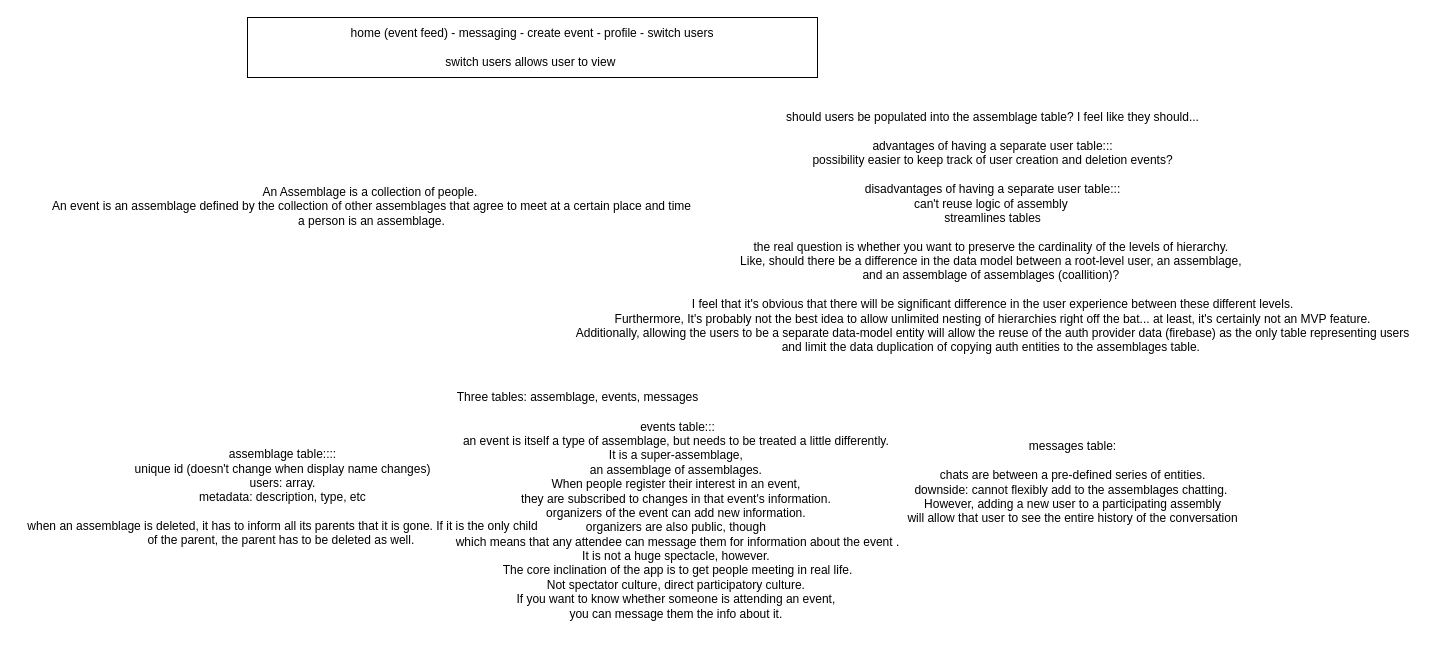
The draw.io diagram sketching.drawio in danefilipczak/bosk_documents, before the edit. Source tidied: cells renumbered, new cells numbered last; positions are measured from the earlier drawing's top-left corner, leaving out a move shared by most shapes. Both pictures are drawn from the tidied source at 100%, with x=0, y=0 at pixel (17, 17).
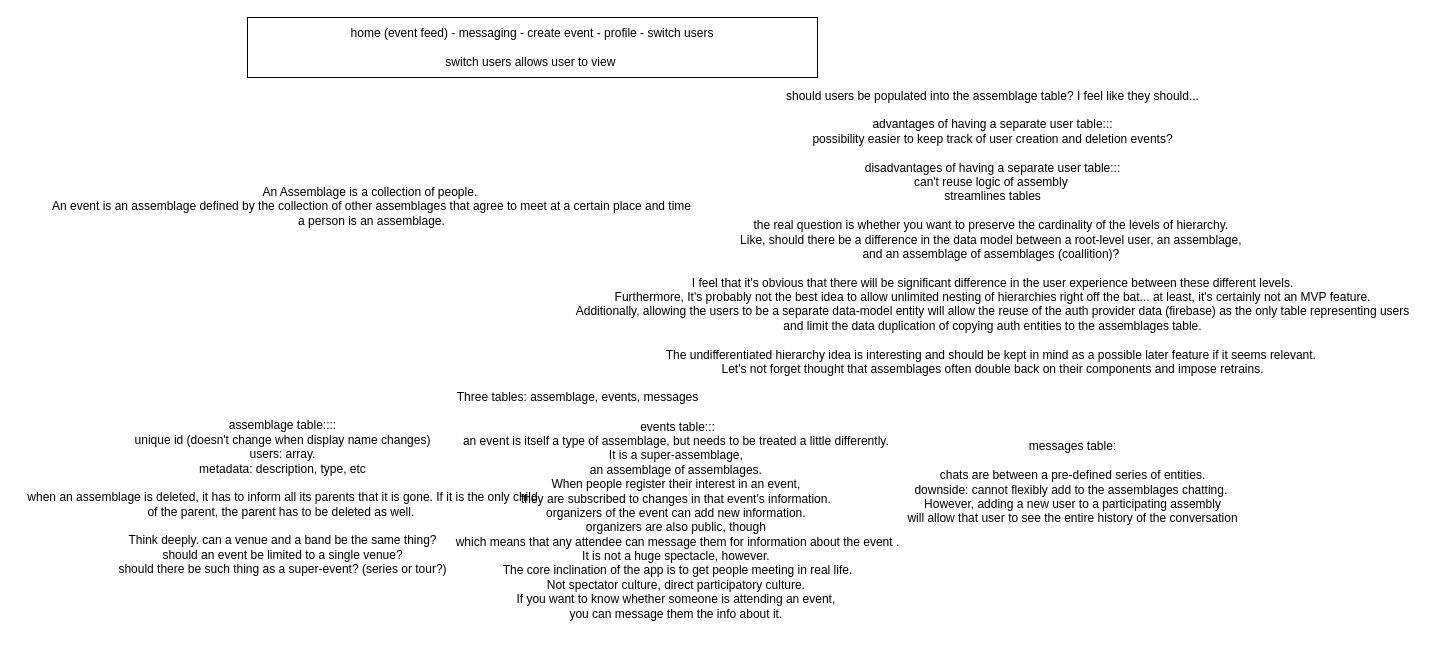
After the change.

Diff of the diagram source:
```diff
@@
 <mxGraphModel>
   <root>
     <mxCell id="0" />
     <mxCell id="1" parent="0" />
     <mxCell id="2" value="home (event feed) - messaging - create event - profile - switch users&lt;br&gt;&lt;br&gt;switch users allows user to view&amp;nbsp;" style="rounded=0;whiteSpace=wrap;html=1;" parent="1" vertex="1">
       <mxGeometry x="230" width="570" height="60" as="geometry" />
     </mxCell>
     <mxCell id="3" value="An Assemblage is a collection of people.&amp;nbsp;&lt;br&gt;An event is an assemblage defined by the collection of other assemblages that agree to meet at a certain place and time&lt;br&gt;a person is an assemblage." style="text;html=1;align=center;verticalAlign=middle;" parent="1" vertex="1">
       <mxGeometry x="29" y="164" width="650" height="50" as="geometry" />
     </mxCell>
-    <mxCell id="4" value="assemblage table::::&lt;br&gt;unique id (doesn't change when display name changes)&lt;br&gt;users: array.&lt;br&gt;metadata: description, type, etc&lt;br&gt;&lt;br&gt;when an assemblage is deleted, it has to inform all its parents that it is gone. If it is the only child&lt;br&gt;of the parent, the parent has to be deleted as well.&amp;nbsp;" style="text;html=1;align=center;verticalAlign=middle;" parent="1" vertex="1">
-      <mxGeometry y="430" width="530" height="100" as="geometry" />
+    <mxCell id="4" value="assemblage table::::&lt;br&gt;unique id (doesn't change when display name changes)&lt;br&gt;users: array.&lt;br&gt;metadata: description, type, etc&lt;br&gt;&lt;br&gt;when an assemblage is deleted, it has to inform all its parents that it is gone. If it is the only child&lt;br&gt;of the parent, the parent has to be deleted as well.&amp;nbsp;&lt;br&gt;&lt;br&gt;Think deeply. can a venue and a band be the same thing?&lt;br&gt;should an event be limited to a single venue?&lt;br&gt;should there be such thing as a super-event? (series or tour?)" style="text;html=1;align=center;verticalAlign=middle;" parent="1" vertex="1">
+      <mxGeometry y="400" width="530" height="160" as="geometry" />
     </mxCell>
     <mxCell id="5" value="events table:::&lt;br&gt;an event is itself a type of assemblage, but needs to be treated a little differently.&amp;nbsp;&lt;br&gt;It is a super-assemblage,&amp;nbsp;&lt;br&gt;an assemblage of assemblages.&amp;nbsp;&lt;br&gt;When people register their interest in an event,&amp;nbsp;&lt;br&gt;they are subscribed to changes in that event's information.&amp;nbsp;&lt;br&gt;organizers of the event can add new information.&amp;nbsp;&lt;br&gt;organizers are also public, though&amp;nbsp;&lt;br&gt;which means that any attendee can message them for information about the event .&lt;br&gt;It is not a huge spectacle, however.&amp;nbsp;&lt;br&gt;The core inclination of the app is to get people meeting in real life.&lt;br&gt;Not spectator culture, direct participatory culture.&amp;nbsp;&lt;br&gt;If you want to know whether someone is attending an event,&amp;nbsp;&lt;br&gt;you can message them the info about it.&amp;nbsp;&lt;br&gt;&lt;br&gt;" style="text;html=1;align=center;verticalAlign=middle;" parent="1" vertex="1">
       <mxGeometry x="430" y="400" width="460" height="220" as="geometry" />
     </mxCell>
-    <mxCell id="6" value="should users be populated into the assemblage table? I feel like they should...&lt;br&gt;&lt;br&gt;advantages of having a separate user table:::&lt;br&gt;possibility easier to keep track of user creation and deletion events?&lt;br&gt;&lt;br&gt;disadvantages of having a separate user table:::&lt;br&gt;can't reuse logic of assembly&amp;nbsp;&lt;br&gt;streamlines tables&lt;br&gt;&lt;br&gt;the real question is whether you want to preserve the cardinality of the levels of hierarchy.&amp;nbsp;&lt;br&gt;Like, should there be a difference in the data model between a root-level user, an assemblage,&amp;nbsp;&lt;br&gt;and an assemblage of assemblages (coallition)?&amp;nbsp;&lt;br&gt;&lt;br&gt;I feel that it's obvious that there will be significant difference in the user experience between these different levels.&lt;br&gt;Furthermore, It's probably not the best idea to allow unlimited nesting of hierarchies right off the bat... at least, it's certainly not an MVP feature.&lt;br&gt;Additionally, allowing the users to be a separate data-model entity will allow the reuse of the auth provider data (firebase) as the only table representing users&lt;br&gt;and limit the data duplication of copying auth entities to the assemblages table.&amp;nbsp;" style="text;html=1;align=center;verticalAlign=middle;" parent="1" vertex="1">
-      <mxGeometry x="550" y="95" width="850" height="240" as="geometry" />
+    <mxCell id="6" value="should users be populated into the assemblage table? I feel like they should...&lt;br&gt;&lt;br&gt;advantages of having a separate user table:::&lt;br&gt;possibility easier to keep track of user creation and deletion events?&lt;br&gt;&lt;br&gt;disadvantages of having a separate user table:::&lt;br&gt;can't reuse logic of assembly&amp;nbsp;&lt;br&gt;streamlines tables&lt;br&gt;&lt;br&gt;the real question is whether you want to preserve the cardinality of the levels of hierarchy.&amp;nbsp;&lt;br&gt;Like, should there be a difference in the data model between a root-level user, an assemblage,&amp;nbsp;&lt;br&gt;and an assemblage of assemblages (coallition)?&amp;nbsp;&lt;br&gt;&lt;br&gt;I feel that it's obvious that there will be significant difference in the user experience between these different levels.&lt;br&gt;Furthermore, It's probably not the best idea to allow unlimited nesting of hierarchies right off the bat... at least, it's certainly not an MVP feature.&lt;br&gt;Additionally, allowing the users to be a separate data-model entity will allow the reuse of the auth provider data (firebase) as the only table representing users&lt;br&gt;and limit the data duplication of copying auth entities to the assemblages table. &lt;br&gt;&lt;br&gt;The undifferentiated hierarchy idea is interesting and should be kept in mind as a possible later feature if it seems relevant.&amp;nbsp;&lt;br&gt;Let's not forget thought that assemblages often double back on their components and impose retrains." style="text;html=1;align=center;verticalAlign=middle;" parent="1" vertex="1">
+      <mxGeometry x="550" y="70" width="850" height="290" as="geometry" />
     </mxCell>
     <mxCell id="7" value="Three tables: assemblage, events, messages" style="text;html=1;align=center;verticalAlign=middle;" parent="1" vertex="1">
       <mxGeometry x="430" y="370" width="260" height="20" as="geometry" />
     </mxCell>
     <mxCell id="8" value="messages table:&lt;br&gt;&lt;br&gt;chats are between a pre-defined series of entities.&lt;br&gt;downside: cannot flexibly add to the assemblages chatting.&amp;nbsp;&lt;br&gt;However, adding a new user to a participating assembly&lt;br&gt;will allow that user to see the entire history of the conversation" style="text;html=1;align=center;verticalAlign=middle;" parent="1" vertex="1">
       <mxGeometry x="880" y="420" width="350" height="90" as="geometry" />
     </mxCell>
   </root>
 </mxGraphModel>
```
